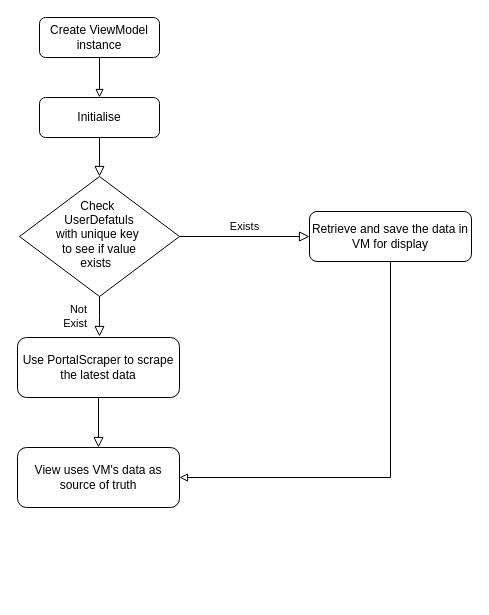
The draw.io diagram Scraper Flow.drawio in ManeHKU/Mane, before the edit. Source tidied: cells renumbered, new cells numbered last; positions are measured from the earlier drawing's top-left corner, leaving out a move shared by most shapes. Both pictures are drawn from the tidied source at 100%, with x=0, y=0 at pixel (17, 17).
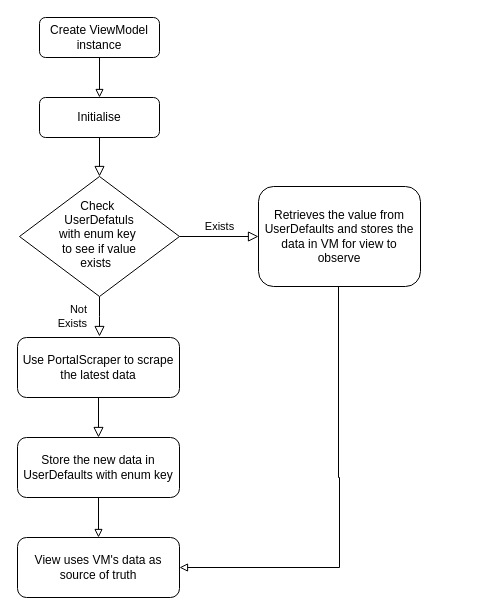
The same page after the edit.

The edit, as a diff of the source:
```diff
@@
 <mxGraphModel>
   <root>
     <mxCell id="0" />
     <mxCell id="1" parent="0" />
     <mxCell id="2" style="rounded=0;html=1;jettySize=auto;fontSize=11;endArrow=block;endFill=0;endSize=8;strokeWidth=1;shadow=0;labelBackgroundColor=none;edgeStyle=orthogonalEdgeStyle;" parent="1" edge="1" source="3" target="6">
       <mxGeometry relative="1" as="geometry" />
     </mxCell>
     <mxCell id="3" value="Initialise" style="rounded=1;whiteSpace=wrap;html=1;fontSize=12;glass=0;strokeWidth=1;shadow=0;" parent="1" vertex="1">
       <mxGeometry x="22" y="80" width="120" height="40" as="geometry" />
     </mxCell>
-    <mxCell id="4" value="Not&lt;div&gt;Exist&lt;/div&gt;" style="rounded=0;html=1;jettySize=auto;fontSize=11;endArrow=block;endFill=0;endSize=8;strokeWidth=1;shadow=0;labelBackgroundColor=none;edgeStyle=orthogonalEdgeStyle;align=right;" parent="1" edge="1" source="6">
+    <mxCell id="4" value="Not&lt;div&gt;Exists&lt;/div&gt;" style="rounded=0;html=1;jettySize=auto;fontSize=11;endArrow=block;endFill=0;endSize=8;strokeWidth=1;shadow=0;labelBackgroundColor=none;edgeStyle=orthogonalEdgeStyle;align=right;" parent="1" edge="1" source="6">
       <mxGeometry x="0.05" y="-11" relative="1" as="geometry">
         <mxPoint x="82" y="319" as="targetPoint" />
       </mxGeometry>
     </mxCell>
     <mxCell id="5" value="Exists" style="rounded=0;html=1;jettySize=auto;fontSize=11;endArrow=block;endFill=0;endSize=8;strokeWidth=1;shadow=0;labelBackgroundColor=none;entryX=0;entryY=0.5;entryDx=0;entryDy=0;exitX=1;exitY=0.5;exitDx=0;exitDy=0;" parent="1" edge="1" source="6" target="7">
       <mxGeometry y="10" relative="1" as="geometry" />
     </mxCell>
-    <mxCell id="6" value="Check&amp;nbsp;&lt;div&gt;UserDefatuls&lt;div&gt;with unique key&amp;nbsp;&lt;/div&gt;&lt;div&gt;to see if value&lt;/div&gt;&lt;div&gt;exists &amp;nbsp;&lt;/div&gt;&lt;/div&gt;" style="rhombus;whiteSpace=wrap;html=1;shadow=0;fontFamily=Helvetica;fontSize=12;align=center;strokeWidth=1;spacing=6;spacingTop=-4;" parent="1" vertex="1">
+    <mxCell id="6" value="Check&amp;nbsp;&lt;div&gt;UserDefatuls&lt;div&gt;with enum key&amp;nbsp;&lt;/div&gt;&lt;div&gt;to see if value&lt;/div&gt;&lt;div&gt;exists &amp;nbsp;&lt;/div&gt;&lt;/div&gt;" style="rhombus;whiteSpace=wrap;html=1;shadow=0;fontFamily=Helvetica;fontSize=12;align=center;strokeWidth=1;spacing=6;spacingTop=-4;" parent="1" vertex="1">
       <mxGeometry x="2" y="159" width="160" height="120" as="geometry" />
     </mxCell>
-    <mxCell id="7" value="Retrieve and save the data in VM for display" style="rounded=1;whiteSpace=wrap;html=1;fontSize=12;glass=0;strokeWidth=1;shadow=0;" parent="1" vertex="1">
-      <mxGeometry x="292" y="194" width="162" height="50" as="geometry" />
+    <mxCell id="7" value="Retrieves the value from UserDefaults and stores the data in VM for view to observe" style="rounded=1;whiteSpace=wrap;html=1;fontSize=12;glass=0;strokeWidth=1;shadow=0;" parent="1" vertex="1">
+      <mxGeometry x="241" y="169" width="162" height="100" as="geometry" />
     </mxCell>
-    <mxCell id="8" style="rounded=0;html=1;jettySize=auto;fontSize=11;endArrow=block;endFill=0;endSize=8;strokeWidth=1;shadow=0;labelBackgroundColor=none;edgeStyle=orthogonalEdgeStyle;entryX=0.5;entryY=0;entryDx=0;entryDy=0;" parent="1" edge="1" source="13" target="11">
+    <mxCell id="8" style="rounded=0;html=1;jettySize=auto;fontSize=11;endArrow=block;endFill=0;endSize=8;strokeWidth=1;shadow=0;labelBackgroundColor=none;edgeStyle=orthogonalEdgeStyle;entryX=0.5;entryY=0;entryDx=0;entryDy=0;" parent="1" edge="1" source="13" target="15">
       <mxGeometry x="-0.02" y="30" relative="1" as="geometry" />
     </mxCell>
     <mxCell id="9" style="edgeStyle=orthogonalEdgeStyle;rounded=0;jettySize=auto;html=1;exitX=0.5;exitY=1;exitDx=0;exitDy=0;entryX=0.5;entryY=0;entryDx=0;entryDy=0;endArrow=block;endFill=0;" parent="1" edge="1" source="10" target="3">
       <mxGeometry relative="1" as="geometry" />
     </mxCell>
     <mxCell id="10" value="Create ViewModel instance" style="rounded=1;whiteSpace=wrap;html=1;fontSize=12;glass=0;strokeWidth=1;shadow=0;" parent="1" vertex="1">
       <mxGeometry x="22" width="120" height="40" as="geometry" />
     </mxCell>
     <mxCell id="11" value="View uses VM's data as source of truth" style="rounded=1;whiteSpace=wrap;html=1;fontSize=12;glass=0;strokeWidth=1;shadow=0;" parent="1" vertex="1">
-      <mxGeometry y="430" width="162" height="60" as="geometry" />
+      <mxGeometry y="520" width="162" height="60" as="geometry" />
     </mxCell>
     <mxCell id="12" style="endArrow=block;html=1;rounded=0;exitX=0.5;exitY=1;exitDx=0;exitDy=0;entryX=1;entryY=0.5;entryDx=0;entryDy=0;edgeStyle=orthogonalEdgeStyle;endFill=0;" parent="1" edge="1" source="7" target="11">
       <mxGeometry relative="1" as="geometry">
         <Array as="points">
-          <mxPoint x="373" y="460" />
+          <mxPoint x="321" y="269" />
+          <mxPoint x="321" y="460" />
+          <mxPoint x="322" y="460" />
+          <mxPoint x="322" y="550" />
         </Array>
       </mxGeometry>
     </mxCell>
     <mxCell id="13" value="Use PortalScraper to scrape the latest data" style="rounded=1;whiteSpace=wrap;html=1;fontSize=12;glass=0;strokeWidth=1;shadow=0;" parent="1" vertex="1">
       <mxGeometry y="320" width="162" height="60" as="geometry" />
     </mxCell>
+    <mxCell id="14" style="edgeStyle=orthogonalEdgeStyle;rounded=0;jettySize=auto;html=1;entryX=0.5;entryY=0;entryDx=0;entryDy=0;endArrow=block;endFill=0;" parent="1" edge="1" source="15" target="11">
+      <mxGeometry relative="1" as="geometry" />
+    </mxCell>
+    <mxCell id="15" value="Store the new data in UserDefaults with enum key" style="rounded=1;whiteSpace=wrap;html=1;fontSize=12;glass=0;strokeWidth=1;shadow=0;" parent="1" vertex="1">
+      <mxGeometry y="420" width="162" height="60" as="geometry" />
+    </mxCell>
   </root>
 </mxGraphModel>
```
